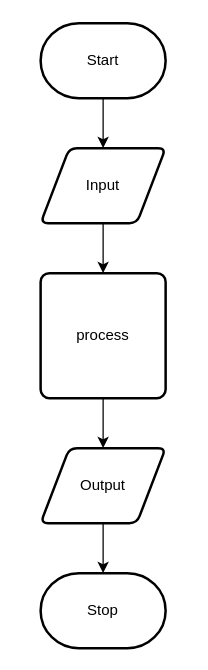
The draw.io diagram design/flow-chart.drawio in ekaterina-chernykh/ICS20-Assignment-5, before the edit. Source tidied: cells renumbered, new cells numbered last; positions are measured from the earlier drawing's top-left corner, leaving out a move shared by most shapes. Both pictures are drawn from the tidied source at 125%, with x=0, y=0 at pixel (40, 22).
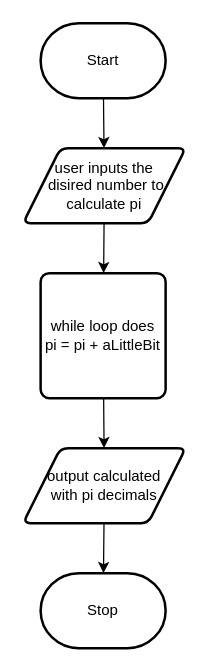
The same page after the edit.

What changed in the source:
```diff
@@
 <mxGraphModel>
   <root>
     <mxCell id="0" />
     <mxCell id="1" parent="0" />
     <mxCell id="2" style="edgeStyle=none;html=1;" parent="1" edge="1" source="3" target="5">
       <mxGeometry relative="1" as="geometry" />
     </mxCell>
     <mxCell id="3" value="Start" style="strokeWidth=2;html=1;shape=mxgraph.flowchart.terminator;whiteSpace=wrap;" parent="1" vertex="1">
       <mxGeometry width="100" height="60" as="geometry" />
     </mxCell>
     <mxCell id="4" style="edgeStyle=none;html=1;" parent="1" edge="1" source="5" target="7">
       <mxGeometry relative="1" as="geometry" />
     </mxCell>
-    <mxCell id="5" value="Input" style="shape=parallelogram;html=1;strokeWidth=2;perimeter=parallelogramPerimeter;whiteSpace=wrap;rounded=1;arcSize=12;size=0.23;" parent="1" vertex="1">
-      <mxGeometry y="100" width="100" height="60" as="geometry" />
+    <mxCell id="5" value="user inputs the&lt;br&gt;&amp;nbsp;disired number to calculate pi" style="shape=parallelogram;html=1;strokeWidth=2;perimeter=parallelogramPerimeter;whiteSpace=wrap;rounded=1;arcSize=12;size=0.23;" parent="1" vertex="1">
+      <mxGeometry x="-14" y="100" width="130" height="60" as="geometry" />
     </mxCell>
     <mxCell id="6" style="edgeStyle=none;html=1;" parent="1" edge="1" source="7" target="9">
       <mxGeometry relative="1" as="geometry" />
     </mxCell>
-    <mxCell id="7" value="process" style="rounded=1;whiteSpace=wrap;html=1;absoluteArcSize=1;arcSize=14;strokeWidth=2;" parent="1" vertex="1">
+    <mxCell id="7" value="while loop does &lt;br&gt;pi = pi + aLittleBit" style="rounded=1;whiteSpace=wrap;html=1;absoluteArcSize=1;arcSize=14;strokeWidth=2;" parent="1" vertex="1">
       <mxGeometry y="200" width="100" height="100" as="geometry" />
     </mxCell>
     <mxCell id="8" style="edgeStyle=none;html=1;" parent="1" edge="1" source="9" target="10">
       <mxGeometry relative="1" as="geometry" />
     </mxCell>
-    <mxCell id="9" value="Output" style="shape=parallelogram;html=1;strokeWidth=2;perimeter=parallelogramPerimeter;whiteSpace=wrap;rounded=1;arcSize=12;size=0.23;" parent="1" vertex="1">
-      <mxGeometry y="340" width="100" height="60" as="geometry" />
+    <mxCell id="9" value="output calculated &lt;br&gt;with pi decimals" style="shape=parallelogram;html=1;strokeWidth=2;perimeter=parallelogramPerimeter;whiteSpace=wrap;rounded=1;arcSize=12;size=0.23;" parent="1" vertex="1">
+      <mxGeometry x="-14" y="340" width="130" height="60" as="geometry" />
     </mxCell>
     <mxCell id="10" value="Stop" style="strokeWidth=2;html=1;shape=mxgraph.flowchart.terminator;whiteSpace=wrap;" parent="1" vertex="1">
       <mxGeometry y="440" width="100" height="60" as="geometry" />
     </mxCell>
   </root>
 </mxGraphModel>
```
